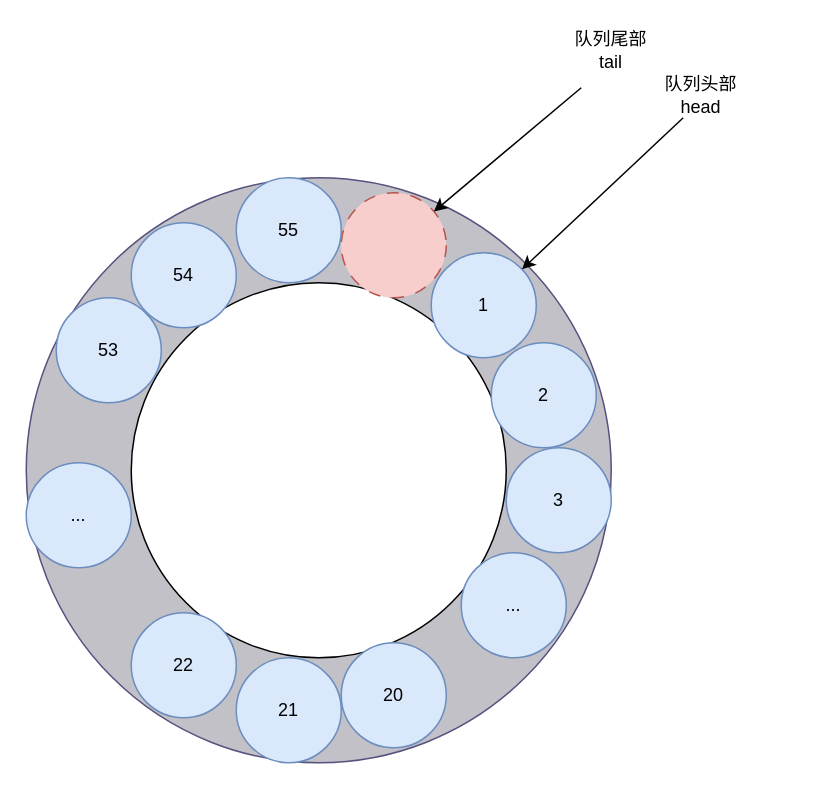
This is page "第 2 页" (2 of 2) of mybatis.drawio from nayouzhenai/java_web, a draw.io file, before an edit. Source tidied: cells renumbered, new cells numbered last; positions are measured from the earlier drawing's top-left corner, leaving out a move shared by most shapes. Both pictures are drawn from the tidied source at 150%, with x=0, y=0 at pixel (26, 27).
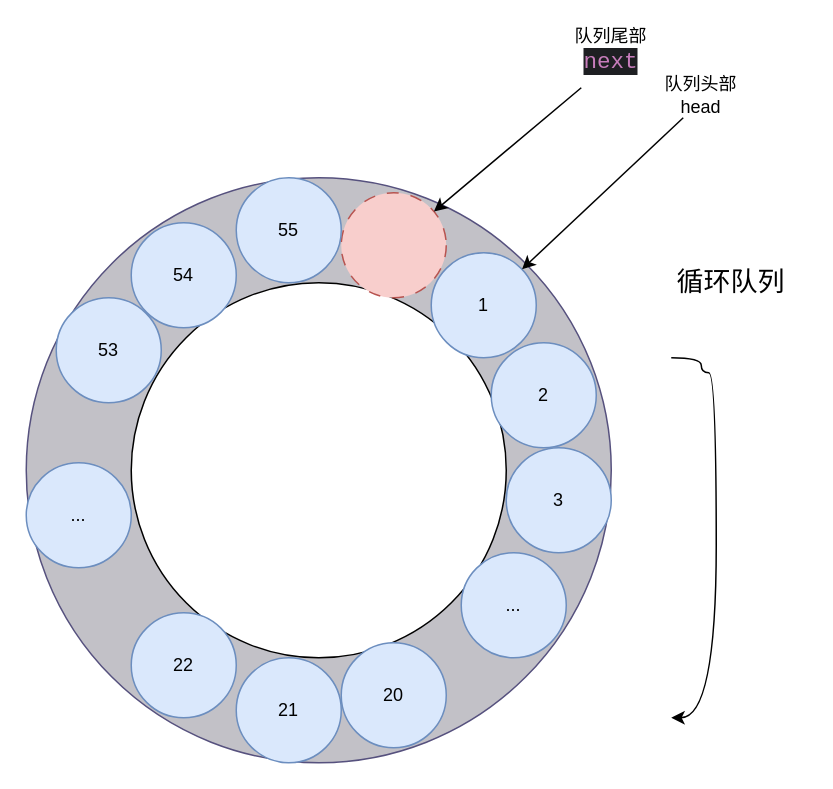
The same diagram, later.

Diff of the diagram source:
```diff
@@
-    <mxCell id="18" value="队列尾部tail" style="text;html=1;align=center;verticalAlign=middle;whiteSpace=wrap;rounded=0;fontFamily=Helvetica;fontSize=12;fontColor=default;" parent="1" vertex="1">
+    <mxCell id="18" value="队列尾部&lt;span style=&quot;color: rgb(199, 125, 187); font-family: &amp;quot;JetBrains Mono&amp;quot;, monospace; font-size: 11.3pt; background-color: rgb(30, 31, 34);&quot;&gt;next&lt;/span&gt;" style="text;html=1;align=center;verticalAlign=middle;whiteSpace=wrap;rounded=0;fontFamily=Helvetica;fontSize=12;fontColor=default;" parent="1" vertex="1">
       <mxGeometry x="360" width="60" height="30" as="geometry" />
     </mxCell>
@@
+    <mxCell id="20" value="&lt;font style=&quot;font-size: 18px;&quot;&gt;循环队列&lt;/font&gt;" style="text;html=1;align=center;verticalAlign=middle;whiteSpace=wrap;rounded=0;fontFamily=Helvetica;fontSize=12;fontColor=default;" parent="1" vertex="1">
+      <mxGeometry x="420" y="150" width="100" height="40" as="geometry" />
+    </mxCell>
+    <mxCell id="21" style="endArrow=classic;html=1;rounded=0;fontFamily=Helvetica;fontSize=12;fontColor=default;edgeStyle=orthogonalEdgeStyle;curved=1;" parent="1" edge="1">
+      <mxGeometry relative="1" as="geometry">
+        <mxPoint x="430" y="220" as="sourcePoint" />
+        <mxPoint x="430" y="460" as="targetPoint" />
+        <Array as="points">
+          <mxPoint x="450" y="220" />
+          <mxPoint x="450" y="230" />
+          <mxPoint x="460" y="230" />
+          <mxPoint x="460" y="460" />
+        </Array>
+      </mxGeometry>
+    </mxCell>
```
